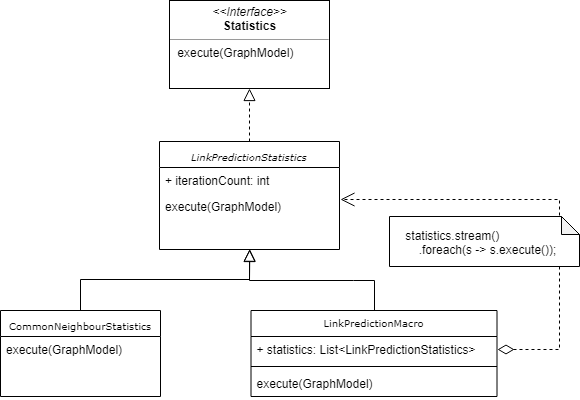
This is src/site/tex/resources/class_Statistic.png from romanutti/ip5-documentation, a draw.io export, as it was before one commit. Source tidied: cells renumbered, new cells last; positions are measured from the earlier drawing's top-left corner, leaving out a move shared by most shapes.
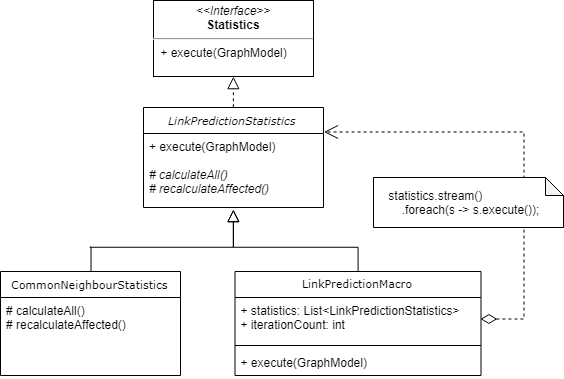
Later version of the same file.

What changed in the source:
```diff
@@ -1,64 +1,65 @@
-<mxGraphModel>
+<mxGraphModel background="#ffffff">
   <root>
     <mxCell id="0" />
     <mxCell id="1" parent="0" />
-    <mxCell id="2" value="&lt;p style=&quot;margin: 0px ; margin-top: 4px ; text-align: center&quot;&gt;&lt;i&gt;&amp;lt;&amp;lt;Interface&amp;gt;&amp;gt;&lt;/i&gt;&lt;br&gt;&lt;b&gt;Statistics&lt;/b&gt;&lt;/p&gt;&lt;hr size=&quot;1&quot;&gt;&lt;p style=&quot;margin: 0px ; margin-left: 4px&quot;&gt;&lt;/p&gt;&lt;p style=&quot;margin: 0px ; margin-left: 4px&quot;&gt;&amp;nbsp;execute(GraphModel)&lt;br&gt;&lt;br&gt;&lt;/p&gt;" style="verticalAlign=top;align=left;overflow=fill;fontSize=12;fontFamily=Helvetica;html=1;rounded=0;shadow=0;comic=0;labelBackgroundColor=none;strokeColor=#000000;strokeWidth=1;fillColor=#ffffff;" parent="1" vertex="1">
-      <mxGeometry x="169" width="160" height="88" as="geometry" />
-    </mxCell>
-    <mxCell id="3" style="edgeStyle=orthogonalEdgeStyle;rounded=0;html=1;dashed=1;labelBackgroundColor=none;startFill=0;endArrow=block;endFill=0;endSize=10;fontFamily=Verdana;fontSize=10;exitX=0.5;exitY=0;exitDx=0;exitDy=0;entryX=0.5;entryY=1;entryDx=0;entryDy=0;" parent="1" edge="1" source="4" target="2">
-      <mxGeometry relative="1" as="geometry" />
-    </mxCell>
+    <mxCell id="17" value="&lt;p style=&quot;margin: 4px 0px 0px ; text-align: center ; font-size: 12px&quot;&gt;&lt;i style=&quot;font-size: 12px&quot;&gt;&amp;lt;&amp;lt;Interface&amp;gt;&amp;gt;&lt;/i&gt;&lt;br style=&quot;font-size: 12px&quot;&gt;&lt;b style=&quot;font-size: 12px&quot;&gt;Statistics&lt;/b&gt;&lt;/p&gt;&lt;hr style=&quot;font-size: 12px&quot;&gt;&lt;p style=&quot;margin: 0px 0px 0px 4px ; font-size: 12px&quot;&gt;&lt;/p&gt;&lt;p style=&quot;margin: 0px 0px 0px 4px ; font-size: 12px&quot;&gt;&amp;nbsp;+ execute(GraphModel)&lt;br style=&quot;font-size: 12px&quot;&gt;&lt;br style=&quot;font-size: 12px&quot;&gt;&lt;/p&gt;" style="verticalAlign=top;align=left;overflow=fill;fontSize=12;fontFamily=Helvetica;html=1;rounded=0;shadow=0;comic=0;labelBackgroundColor=none;strokeColor=#000000;strokeWidth=1;fillColor=#ffffff;" parent="1" vertex="1">
+      <mxGeometry x="-1991" y="-393" width="160" height="76" as="geometry" />
+    </mxCell>
+    <mxCell id="18" style="edgeStyle=orthogonalEdgeStyle;rounded=0;html=1;dashed=1;labelBackgroundColor=none;startFill=0;endArrow=block;endFill=0;endSize=10;fontFamily=Verdana;fontSize=12;exitX=0.5;exitY=0;exitDx=0;exitDy=0;entryX=0.5;entryY=1;entryDx=0;entryDy=0;" parent="1" edge="1" source="4" target="17">
+      <mxGeometry relative="1" as="geometry" />
+    </mxCell>
-    <mxCell id="4" value="&lt;i&gt;LinkPredictionStatistics&lt;/i&gt;" style="swimlane;html=1;fontStyle=0;horizontal=1;startSize=26;fillColor=none;swimlaneFillColor=#ffffff;rounded=0;shadow=0;comic=0;labelBackgroundColor=none;strokeColor=#000000;strokeWidth=1;fontFamily=Verdana;fontSize=10;fontColor=#000000;align=center;" parent="1" vertex="1">
-      <mxGeometry x="159" y="141" width="180" height="108" as="geometry" />
+    <mxCell id="4" value="&lt;i&gt;&lt;font style=&quot;font-size: 11px&quot;&gt;LinkPredictionStatistics&lt;/font&gt;&lt;/i&gt;" style="swimlane;html=1;fontStyle=0;horizontal=1;startSize=26;fillColor=none;swimlaneFillColor=#ffffff;rounded=0;shadow=0;comic=0;labelBackgroundColor=none;strokeColor=#000000;strokeWidth=1;fontFamily=Verdana;fontSize=12;fontColor=#000000;align=center;" parent="1" vertex="1">
+      <mxGeometry x="-2001" y="-286" width="180" height="100" as="geometry" />
     </mxCell>
-    <mxCell id="5" value="+ iterationCount: int" style="text;html=1;strokeColor=none;fillColor=none;align=left;verticalAlign=top;spacingLeft=4;spacingRight=4;whiteSpace=wrap;overflow=hidden;points=[[0,0.5],[1,0.5]];portConstraint=eastwest;" parent="4" vertex="1">
-      <mxGeometry y="26" width="180" height="26" as="geometry" />
-    </mxCell>
-    <mxCell id="6" value="execute(GraphModel)" style="text;html=1;strokeColor=none;fillColor=none;align=left;verticalAlign=top;spacingLeft=4;spacingRight=4;whiteSpace=wrap;overflow=hidden;" parent="4" vertex="1">
-      <mxGeometry y="52" width="180" height="26" as="geometry" />
-    </mxCell>
+    <mxCell id="19" value="+ execute(GraphModel)&lt;br&gt;&lt;br&gt;&lt;div&gt;&lt;i&gt;&lt;span&gt;# calculateAll()&lt;/span&gt;&lt;br&gt;&lt;/i&gt;&lt;/div&gt;&lt;div&gt;&lt;i&gt;# recalculateAffected()&lt;/i&gt;&lt;/div&gt;" style="text;html=1;strokeColor=none;fillColor=none;align=left;verticalAlign=top;spacingLeft=4;spacingRight=4;whiteSpace=wrap;overflow=hidden;fontSize=12;" parent="4" vertex="1">
+      <mxGeometry y="26" width="180" height="74" as="geometry" />
+    </mxCell>
+    <mxCell id="20" style="edgeStyle=orthogonalEdgeStyle;rounded=0;html=1;labelBackgroundColor=none;startFill=0;endArrow=block;endFill=0;endSize=10;fontFamily=Verdana;fontSize=12;entryX=0.5;entryY=1;entryDx=0;entryDy=0;exitX=0.5;exitY=0;exitDx=0;exitDy=0;" parent="1" edge="1" source="7">
+      <mxGeometry relative="1" as="geometry">
+        <mxPoint x="-1910.7" y="-183.3" as="targetPoint" />
+        <Array as="points">
+          <mxPoint x="-2055" y="-146" />
+          <mxPoint x="-1911" y="-146" />
+        </Array>
+      </mxGeometry>
+    </mxCell>
+    <mxCell id="21" style="edgeStyle=orthogonalEdgeStyle;rounded=0;html=1;labelBackgroundColor=none;startFill=0;endArrow=block;endFill=0;endSize=10;fontFamily=Verdana;fontSize=12;exitX=0.5;exitY=0;exitDx=0;exitDy=0;entryX=0.5;entryY=1;entryDx=0;entryDy=0;" parent="1" edge="1" source="11">
+      <mxGeometry relative="1" as="geometry">
+        <mxPoint x="-1910.7" y="-183.3" as="targetPoint" />
+        <Array as="points">
+          <mxPoint x="-1786" y="-146" />
+          <mxPoint x="-1911" y="-146" />
+        </Array>
+      </mxGeometry>
+    </mxCell>
+    <mxCell id="11" value="LinkPredictionMacro" style="swimlane;fontStyle=0;align=center;verticalAlign=top;horizontal=1;startSize=26;fontFamily=Verdana;fontSize=11;" parent="1" vertex="1">
+      <mxGeometry x="-1909.5" y="-122" width="246" height="104" as="geometry" />
+    </mxCell>
+    <mxCell id="22" value="+ statistics: List&lt;LinkPredictionStatistics&gt;&#10;+ iterationCount: int" style="text;strokeColor=none;fillColor=none;align=left;verticalAlign=top;spacingLeft=4;spacingRight=4;overflow=hidden;points=[[0,0.5],[1,0.5]];portConstraint=eastwest;fontSize=12;" parent="11" vertex="1">
+      <mxGeometry y="26" width="246" height="44" as="geometry" />
+    </mxCell>
+    <mxCell id="23" style="line;strokeWidth=1;fillColor=none;align=left;verticalAlign=middle;spacingTop=-1;spacingLeft=3;spacingRight=3;labelPosition=right;fontSize=12;" parent="11" vertex="1">
+      <mxGeometry y="70" width="246" height="8" as="geometry" />
+    </mxCell>
+    <mxCell id="24" value="+ execute(GraphModel)" style="text;strokeColor=none;fillColor=none;align=left;verticalAlign=top;spacingLeft=4;spacingRight=4;overflow=hidden;fontSize=12;" parent="11" vertex="1">
+      <mxGeometry y="78" width="246" height="26" as="geometry" />
+    </mxCell>
+    <mxCell id="25" style="endArrow=open;html=1;endSize=12;startArrow=diamondThin;startSize=14;startFill=0;edgeStyle=orthogonalEdgeStyle;align=left;verticalAlign=bottom;rounded=0;dashed=1;entryX=1;entryY=0.25;entryDx=0;entryDy=0;fontSize=12;exitX=1;exitY=0.5;exitDx=0;exitDy=0;" parent="1" edge="1" source="22" target="4">
+      <mxGeometry x="-1" y="3" relative="1" as="geometry">
+        <Array as="points">
+          <mxPoint x="-1621" y="-74" />
+          <mxPoint x="-1621" y="-262" />
+        </Array>
+      </mxGeometry>
+    </mxCell>
+    <mxCell id="16" value="&amp;nbsp; &amp;nbsp; statistics.stream()&lt;br style=&quot;font-size: 12px;&quot;&gt;&amp;nbsp; &amp;nbsp; &amp;nbsp; &amp;nbsp; .foreach(s -&amp;gt; s.execute());&lt;br style=&quot;font-size: 12px;&quot;&gt;&lt;div style=&quot;text-align: left; font-size: 12px;&quot;&gt;&lt;/div&gt;" style="shape=note;whiteSpace=wrap;html=1;backgroundOutline=1;darkOpacity=0.05;align=left;size=18;fontSize=12;" parent="1" vertex="1">
+      <mxGeometry x="-1771" y="-216" width="190" height="50" as="geometry" />
+    </mxCell>
-    <mxCell id="7" value="&lt;span&gt;CommonNeighbourStatistics&lt;/span&gt;" style="swimlane;html=1;fontStyle=0;horizontal=1;startSize=26;fillColor=none;swimlaneFillColor=#ffffff;rounded=0;shadow=0;comic=0;labelBackgroundColor=none;strokeColor=#000000;strokeWidth=1;fontFamily=Verdana;fontSize=10;fontColor=#000000;align=center;verticalAlign=middle;" parent="1" vertex="1">
-      <mxGeometry y="310" width="160" height="86" as="geometry" />
+    <mxCell id="7" value="&lt;font style=&quot;font-size: 11px&quot;&gt;CommonNeighbourStatistics&lt;/font&gt;" style="swimlane;html=1;fontStyle=0;horizontal=1;startSize=26;fillColor=none;swimlaneFillColor=#ffffff;rounded=0;shadow=0;comic=0;labelBackgroundColor=none;strokeColor=#000000;strokeWidth=1;fontFamily=Verdana;fontSize=12;fontColor=#000000;align=center;" parent="1" vertex="1">
+      <mxGeometry x="-2144" y="-122" width="180" height="104" as="geometry" />
     </mxCell>
-    <mxCell id="8" value="execute(GraphModel)" style="text;html=1;strokeColor=none;fillColor=none;align=left;verticalAlign=middle;spacingLeft=4;spacingRight=4;whiteSpace=wrap;overflow=hidden;" parent="7" vertex="1">
-      <mxGeometry y="26" width="160" height="26" as="geometry" />
-    </mxCell>
-    <mxCell id="9" style="edgeStyle=orthogonalEdgeStyle;rounded=0;html=1;labelBackgroundColor=none;startFill=0;endArrow=block;endFill=0;endSize=10;fontFamily=Verdana;fontSize=10;entryX=0.5;entryY=1;entryDx=0;entryDy=0;exitX=0.5;exitY=0;exitDx=0;exitDy=0;" parent="1" edge="1" source="7">
-      <mxGeometry relative="1" as="geometry">
-        <mxPoint x="249.3" y="248.7" as="targetPoint" />
-      </mxGeometry>
-    </mxCell>
-    <mxCell id="10" style="edgeStyle=orthogonalEdgeStyle;rounded=0;html=1;labelBackgroundColor=none;startFill=0;endArrow=block;endFill=0;endSize=10;fontFamily=Verdana;fontSize=10;exitX=0.5;exitY=0;exitDx=0;exitDy=0;entryX=0.5;entryY=1;entryDx=0;entryDy=0;" parent="1" edge="1" source="11">
-      <mxGeometry relative="1" as="geometry">
-        <mxPoint x="249.3" y="248.7" as="targetPoint" />
-        <Array as="points">
-          <mxPoint x="353" y="280" />
-          <mxPoint x="249" y="280" />
-        </Array>
-      </mxGeometry>
-    </mxCell>
-    <mxCell id="11" value="LinkPredictionMacro" style="swimlane;fontStyle=0;align=center;verticalAlign=top;horizontal=1;startSize=26;fontFamily=Verdana;fontSize=10;" parent="1" vertex="1">
-      <mxGeometry x="250.5" y="310" width="246" height="86" as="geometry" />
-    </mxCell>
-    <mxCell id="12" value="+ statistics: List&lt;LinkPredictionStatistics&gt;" style="text;strokeColor=none;fillColor=none;align=left;verticalAlign=top;spacingLeft=4;spacingRight=4;overflow=hidden;points=[[0,0.5],[1,0.5]];portConstraint=eastwest;" parent="11" vertex="1">
-      <mxGeometry y="26" width="246" height="26" as="geometry" />
-    </mxCell>
-    <mxCell id="13" style="line;strokeWidth=1;fillColor=none;align=left;verticalAlign=middle;spacingTop=-1;spacingLeft=3;spacingRight=3;labelPosition=right;" parent="11" vertex="1">
-      <mxGeometry y="52" width="246" height="8" as="geometry" />
-    </mxCell>
-    <mxCell id="14" value="execute(GraphModel)" style="text;strokeColor=none;fillColor=none;align=left;verticalAlign=top;spacingLeft=4;spacingRight=4;overflow=hidden;" parent="11" vertex="1">
-      <mxGeometry y="60" width="246" height="26" as="geometry" />
-    </mxCell>
-    <mxCell id="15" style="endArrow=open;html=1;endSize=12;startArrow=diamondThin;startSize=14;startFill=0;edgeStyle=orthogonalEdgeStyle;align=left;verticalAlign=bottom;exitX=1;exitY=0.5;exitDx=0;exitDy=0;entryX=1.003;entryY=1.212;entryDx=0;entryDy=0;entryPerimeter=0;rounded=0;dashed=1;" parent="1" edge="1" source="12" target="5">
-      <mxGeometry x="-1" y="3" relative="1" as="geometry">
-        <Array as="points">
-          <mxPoint x="559" y="349" />
-          <mxPoint x="559" y="199" />
-        </Array>
-      </mxGeometry>
-    </mxCell>
-    <mxCell id="16" value="&amp;nbsp; &amp;nbsp; statistics.stream()&lt;br&gt;&amp;nbsp; &amp;nbsp; &amp;nbsp; &amp;nbsp; .foreach(s -&amp;gt; s.execute());&lt;br&gt;&lt;div style=&quot;text-align: left&quot;&gt;&lt;/div&gt;" style="shape=note;whiteSpace=wrap;html=1;backgroundOutline=1;darkOpacity=0.05;align=left;size=18;" parent="1" vertex="1">
-      <mxGeometry x="389" y="216" width="190" height="50" as="geometry" />
-    </mxCell>
+    <mxCell id="26" value="&lt;div&gt;&lt;span&gt;# calculateAll()&lt;/span&gt;&lt;br&gt;&lt;/div&gt;&lt;div&gt;# recalculateAffected()&lt;/div&gt;" style="text;html=1;strokeColor=none;fillColor=none;align=left;verticalAlign=top;spacingLeft=4;spacingRight=4;whiteSpace=wrap;overflow=hidden;fontSize=12;" parent="7" vertex="1">
+      <mxGeometry y="26" width="180" height="44" as="geometry" />
+    </mxCell>
   </root>
 </mxGraphModel>
```
